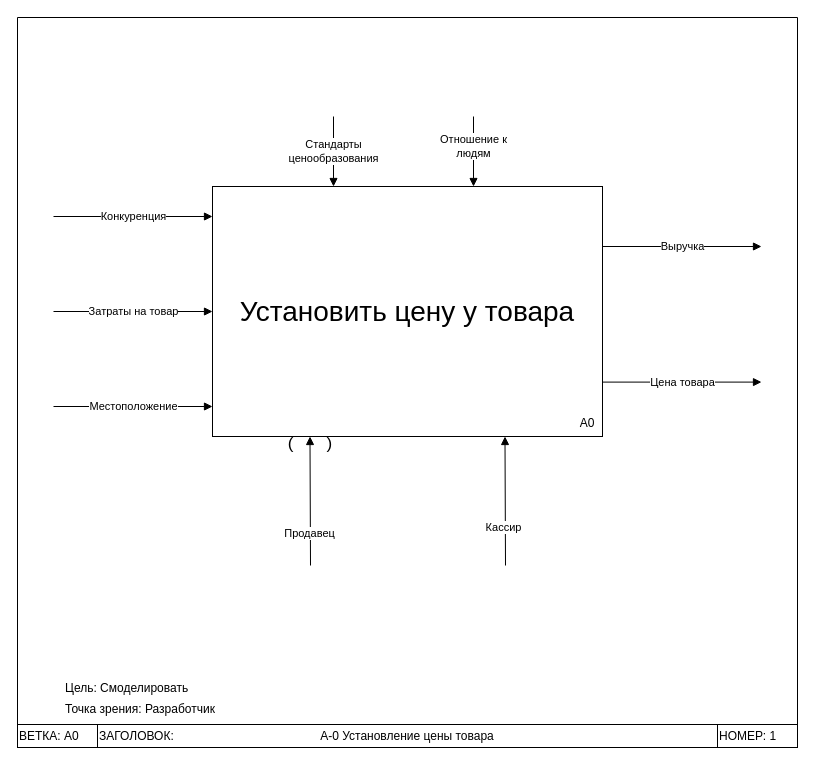
Dimj1k/Works keeps this draw.io diagram as page "Страница — 1" (1 of 3) of draw_io/idef0.drawio. Above is the earlier version. Source tidied: cells renumbered, new cells numbered last; positions are measured from the earlier drawing's top-left corner, leaving out a move shared by most shapes. Both pictures are drawn from the tidied source at 100%, with x=0, y=0 at pixel (17, 17).
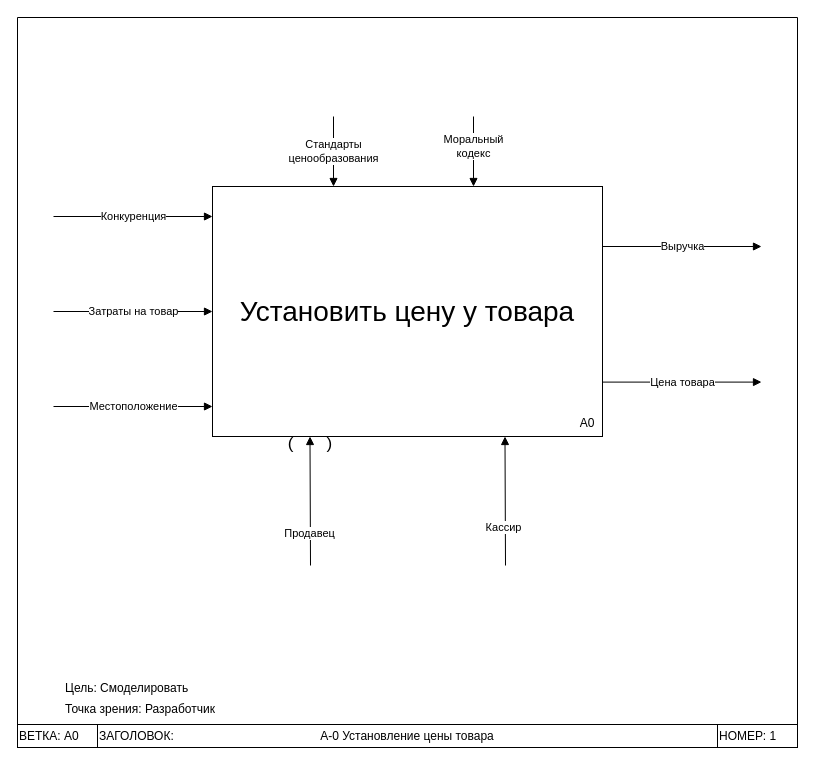
The same diagram, later.

Unchanged cells that the change refers to:
```xml
<mxCell id="2" style="swimlane;direction=west;" parent="1" vertex="1">
  <mxGeometry width="780" height="730" as="geometry" />
</mxCell>
```

What changed in the source:
```diff
@@
-    <mxCell id="15" value="Отношение к&lt;br&gt;людям" style="endArrow=block;html=1;rounded=0;labelBackgroundColor=default;strokeColor=default;fontFamily=Helvetica;fontSize=11;fontColor=default;shape=connector;endFill=1;entryX=0.5;entryY=0;entryDx=0;entryDy=0;" parent="2" edge="1">
+    <mxCell id="15" value="Моральный&lt;br&gt;кодекс" style="endArrow=block;html=1;rounded=0;labelBackgroundColor=default;strokeColor=default;fontFamily=Helvetica;fontSize=11;fontColor=default;shape=connector;endFill=1;entryX=0.5;entryY=0;entryDx=0;entryDy=0;" parent="2" edge="1">
       <mxGeometry x="-0.15" relative="1" as="geometry">
         <mxPoint x="456" y="99" as="sourcePoint" />
         <mxPoint x="456" y="169" as="targetPoint" />
       </mxGeometry>
     </mxCell>
```
